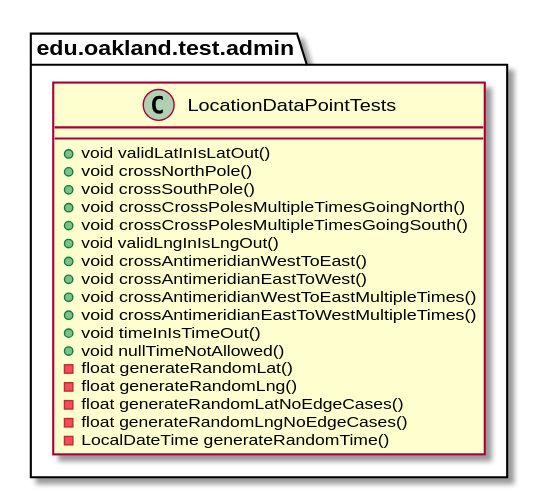
The PlantUML diagram docs/uml-class-diagrams/admin/test/LocationDataPointTests/LocationDataPointTests.svg in andrewdimmer/csi-3370-software-project, before a commit.
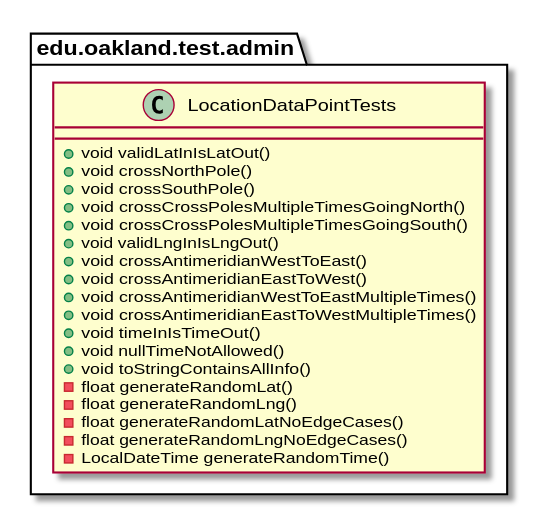
Above is the later version.

Diff of the diagram source:
```diff
@@ -14,6 +14,7 @@
         + void crossAntimeridianEastToWestMultipleTimes()
         + void timeInIsTimeOut()
         + void nullTimeNotAllowed()
+        + void toStringContainsAllInfo()
         - float generateRandomLat()
         - float generateRandomLng()
         - float generateRandomLatNoEdgeCases()
```
